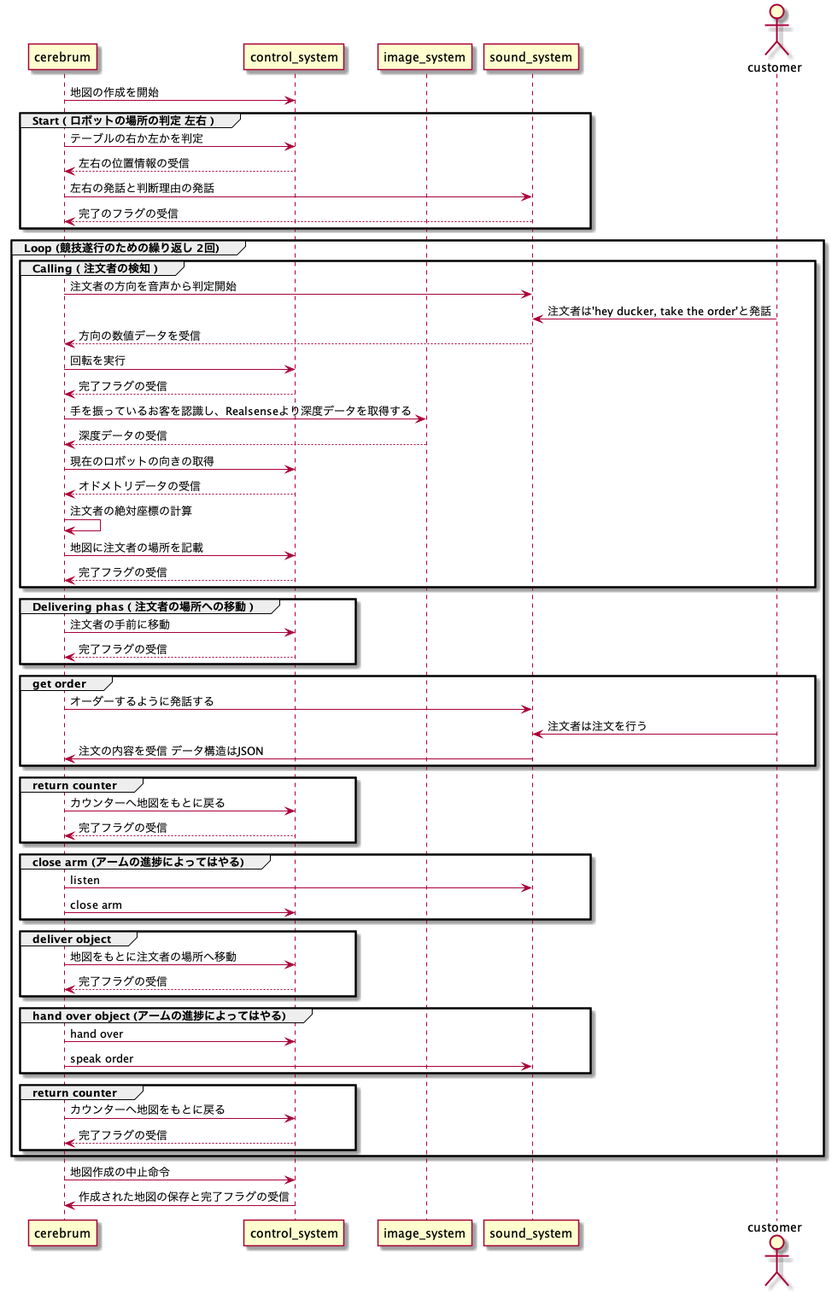
This is restaurant.png from rionehome/ros_restaurant, a PlantUML export, as it was before one commit.
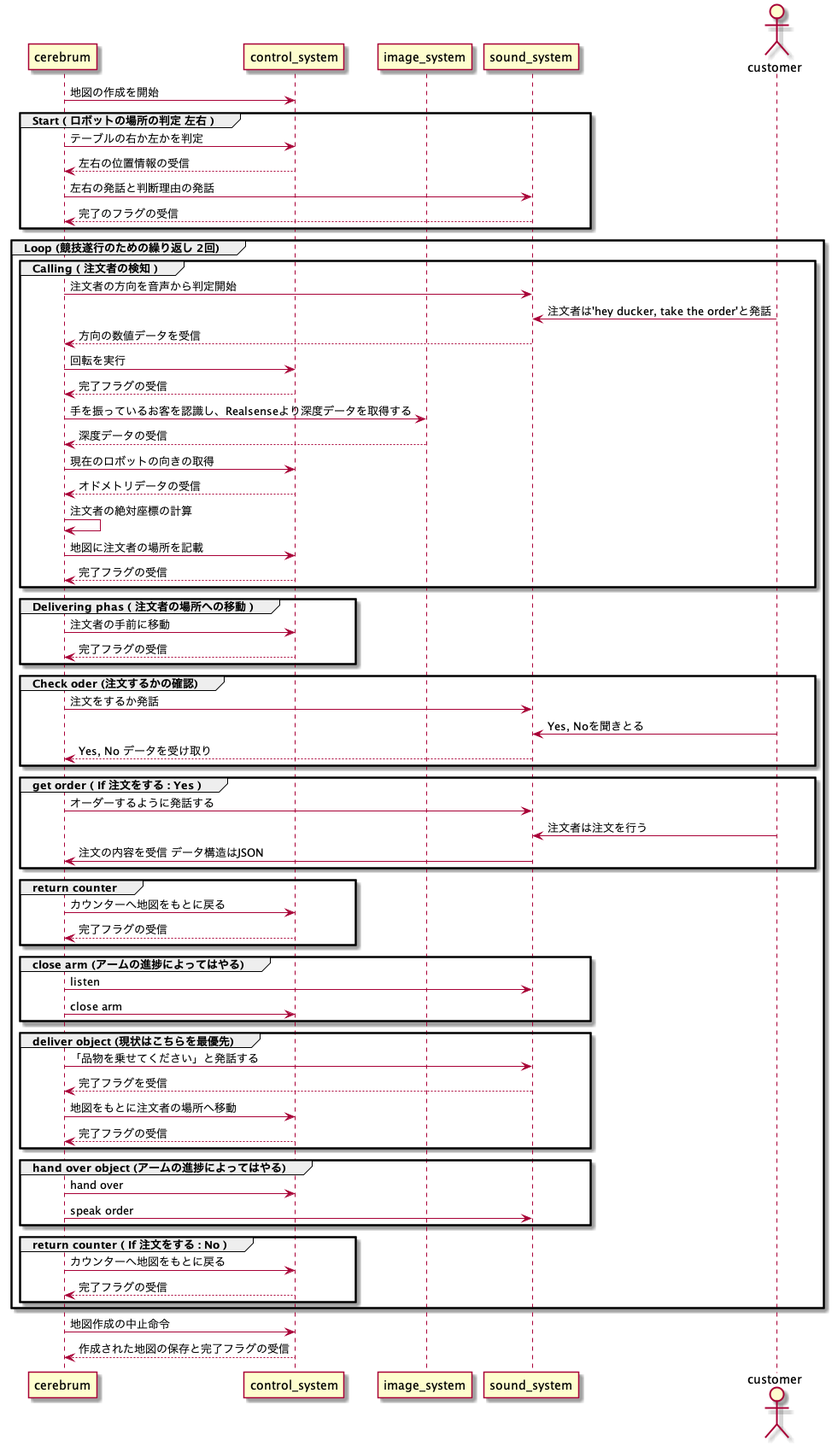
After the commit.

Commit message:
指摘された部分の修正を行いました.

What changed in the source:
```diff
@@ -38,7 +38,15 @@
         control_system --> cerebrum: 完了フラグの受信
     end
 
-    group get order
+
+    group Check oder (注文するかの確認)
+		cerebrum -> sound_system: 注文をするか発話
+		customer -> sound_system: Yes, Noを聞きとる
+		sound_system --> cerebrum: Yes, No データを受け取り
+    end
+
+
+	group get order ( If 注文をする : Yes )
         cerebrum -> sound_system: オーダーするように発話する
         customer -> sound_system: 注文者は注文を行う
         sound_system -> cerebrum: 注文の内容を受信 データ構造はJSON
@@ -54,7 +62,9 @@
         cerebrum ->control_system : close arm
     end
 
-    group deliver object
+    group deliver object (現状はこちらを最優先)
+        cerebrum -> sound_system: 「品物を乗せてください」と発話する
+		sound_system --> cerebrum: 完了フラグを受信
         cerebrum -> control_system: 地図をもとに注文者の場所へ移動
         control_system --> cerebrum: 完了フラグの受信
     end
@@ -64,7 +74,7 @@
         cerebrum -> sound_system : speak order
     end
 
-    group return counter
+	group return counter ( If 注文をする : No )
         cerebrum -> control_system: カウンターへ地図をもとに戻る
         control_system --> cerebrum: 完了フラグの受信
     end
@@ -72,6 +82,6 @@
 end
 
 cerebrum -> control_system: 地図作成の中止命令
-control_system -> cerebrum: 作成された地図の保存と完了フラグの受信
+control_system --> cerebrum: 作成された地図の保存と完了フラグの受信
 
 @enduml
```
